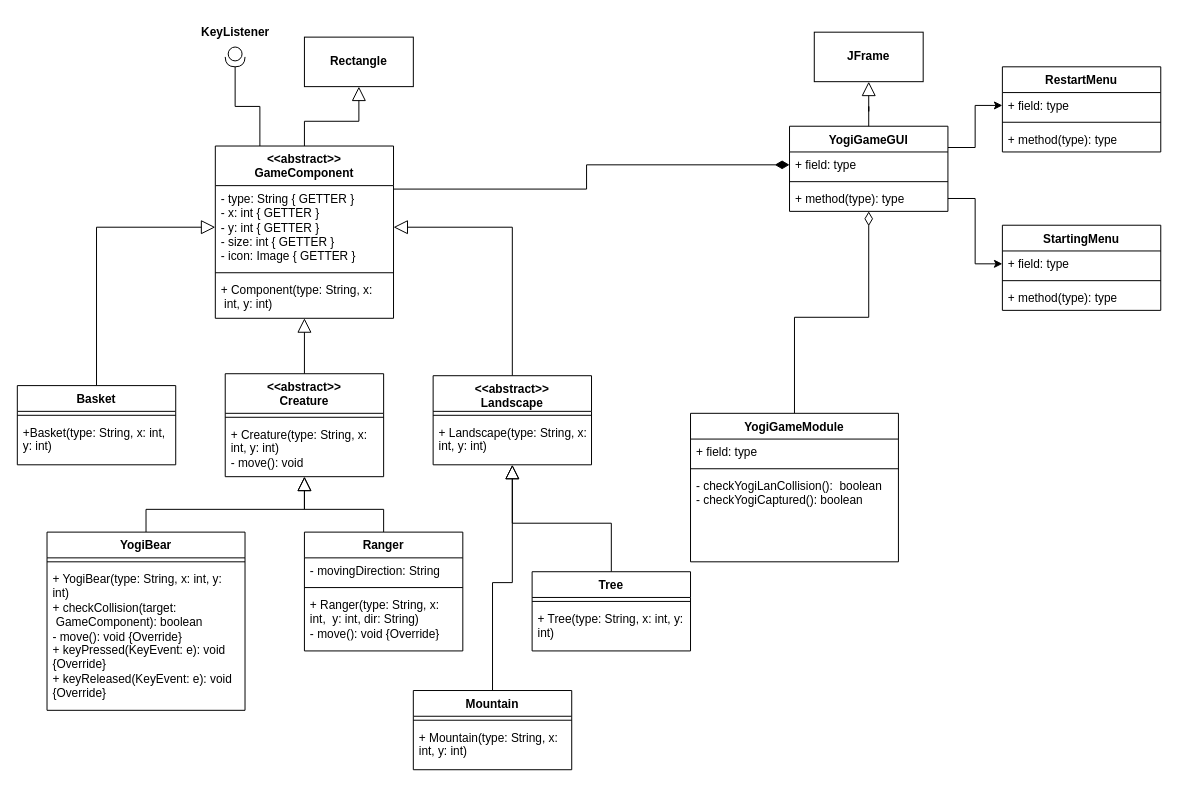
summertx/uml keeps this draw.io diagram as thirdAssignment.drawio. Above is the earlier version. Source tidied: cells renumbered, new cells numbered last; positions are measured from the earlier drawing's top-left corner, leaving out a move shared by most shapes. Both pictures are drawn from the tidied source at 99%, with x=0, y=0 at pixel (17, 17).
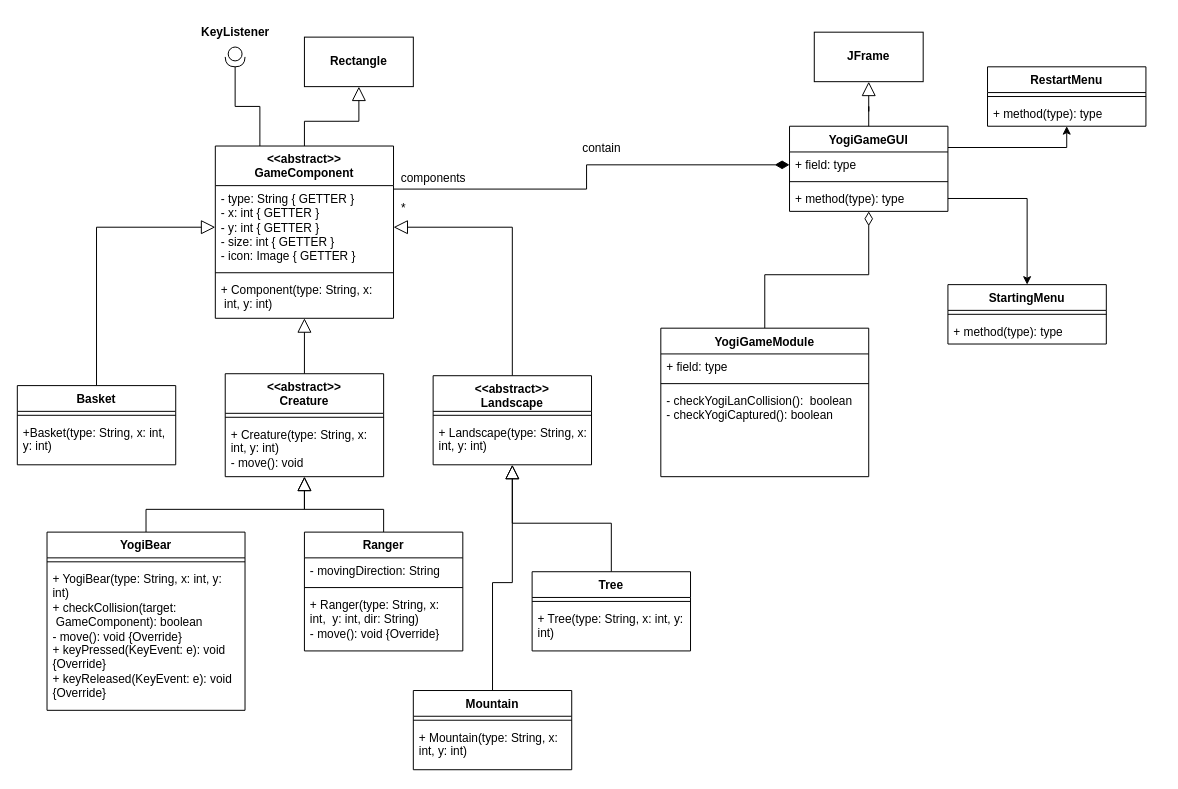
Above is the later version.

The change refers to these unchanged cells:
```xml
<mxCell id="45" value="YogiGameGUI" style="swimlane;fontStyle=1;align=center;verticalAlign=top;horizontal=1;startSize=26;whiteSpace=wrap;html=1;" parent="1" vertex="1">
  <mxGeometry x="780" y="110" width="160" height="86" as="geometry" />
</mxCell>
<mxCell id="48" value="+ method(type): type" style="text;strokeColor=none;fillColor=none;align=left;verticalAlign=top;spacingLeft=4;spacingRight=4;overflow=hidden;points=[[0,0.5],[1,0.5]];portConstraint=eastwest;whiteSpace=wrap;html=1;" parent="45" vertex="1">
  <mxGeometry y="60" width="160" height="26" as="geometry" />
</mxCell>
```

The edit, as a diff of the source:
```diff
@@
     <mxCell id="40" value="YogiGameModule" style="swimlane;fontStyle=1;align=center;verticalAlign=top;horizontal=1;startSize=26;whiteSpace=wrap;html=1;" parent="1" vertex="1">
-      <mxGeometry x="680" y="400" width="210" height="150" as="geometry" />
+      <mxGeometry x="650" y="314" width="210" height="150" as="geometry" />
     </mxCell>
@@
-    <mxCell id="44" style="edgeStyle=orthogonalEdgeStyle;rounded=0;jettySize=auto;html=1;exitX=1;exitY=0.25;exitDx=0;exitDy=0;entryX=0;entryY=0.5;entryDx=0;entryDy=0;" parent="1" edge="1" source="45" target="54">
+    <mxCell id="44" style="edgeStyle=orthogonalEdgeStyle;rounded=0;jettySize=auto;html=1;exitX=1;exitY=0.25;exitDx=0;exitDy=0;entryX=0.5;entryY=1;entryDx=0;entryDy=0;" parent="1" edge="1" source="45" target="53">
       <mxGeometry relative="1" as="geometry" />
     </mxCell>
@@
     <mxCell id="49" value="StartingMenu" style="swimlane;fontStyle=1;align=center;verticalAlign=top;horizontal=1;startSize=26;whiteSpace=wrap;html=1;" parent="1" vertex="1">
-      <mxGeometry x="995" y="210" width="160" height="86" as="geometry" />
+      <mxGeometry x="940" y="270" width="160" height="60" as="geometry" />
     </mxCell>
-    <mxCell id="50" value="+ field: type" style="text;strokeColor=none;fillColor=none;align=left;verticalAlign=top;spacingLeft=4;spacingRight=4;overflow=hidden;points=[[0,0.5],[1,0.5]];portConstraint=eastwest;whiteSpace=wrap;html=1;" parent="49" vertex="1">
-      <mxGeometry y="26" width="160" height="26" as="geometry" />
-    </mxCell>
     <mxCell id="51" style="line;strokeWidth=1;fillColor=none;align=left;verticalAlign=middle;spacingTop=-1;spacingLeft=3;spacingRight=3;labelPosition=right;strokeColor=inherit;" parent="49" vertex="1">
-      <mxGeometry y="52" width="160" height="8" as="geometry" />
+      <mxGeometry y="26" width="160" height="8" as="geometry" />
     </mxCell>
     <mxCell id="52" value="+ method(type): type" style="text;strokeColor=none;fillColor=none;align=left;verticalAlign=top;spacingLeft=4;spacingRight=4;overflow=hidden;whiteSpace=wrap;html=1;" parent="49" vertex="1">
-      <mxGeometry y="60" width="160" height="26" as="geometry" />
+      <mxGeometry y="34" width="160" height="26" as="geometry" />
     </mxCell>
     <mxCell id="53" value="RestartMenu" style="swimlane;fontStyle=1;align=center;verticalAlign=top;horizontal=1;startSize=26;whiteSpace=wrap;html=1;" parent="1" vertex="1">
-      <mxGeometry x="995" y="50" width="160" height="86" as="geometry" />
+      <mxGeometry x="980" y="50" width="160" height="60" as="geometry" />
     </mxCell>
-    <mxCell id="54" value="+ field: type" style="text;strokeColor=none;fillColor=none;align=left;verticalAlign=top;spacingLeft=4;spacingRight=4;overflow=hidden;points=[[0,0.5],[1,0.5]];portConstraint=eastwest;whiteSpace=wrap;html=1;" parent="53" vertex="1">
-      <mxGeometry y="26" width="160" height="26" as="geometry" />
-    </mxCell>
     <mxCell id="55" style="line;strokeWidth=1;fillColor=none;align=left;verticalAlign=middle;spacingTop=-1;spacingLeft=3;spacingRight=3;labelPosition=right;strokeColor=inherit;" parent="53" vertex="1">
-      <mxGeometry y="52" width="160" height="8" as="geometry" />
+      <mxGeometry y="26" width="160" height="8" as="geometry" />
     </mxCell>
     <mxCell id="56" value="+ method(type): type" style="text;strokeColor=none;fillColor=none;align=left;verticalAlign=top;spacingLeft=4;spacingRight=4;overflow=hidden;whiteSpace=wrap;html=1;" parent="53" vertex="1">
-      <mxGeometry y="60" width="160" height="26" as="geometry" />
+      <mxGeometry y="34" width="160" height="26" as="geometry" />
     </mxCell>
-    <mxCell id="57" style="edgeStyle=orthogonalEdgeStyle;rounded=0;jettySize=auto;html=1;exitX=1;exitY=0.5;exitDx=0;exitDy=0;entryX=0;entryY=0.5;entryDx=0;entryDy=0;" parent="1" edge="1" source="48" target="50">
+    <mxCell id="57" style="edgeStyle=orthogonalEdgeStyle;rounded=0;jettySize=auto;html=1;exitX=1;exitY=0.5;exitDx=0;exitDy=0;entryX=0.5;entryY=0;entryDx=0;entryDy=0;" parent="1" edge="1" source="48" target="49">
       <mxGeometry relative="1" as="geometry" />
     </mxCell>
@@
+    <mxCell id="62" value="components" style="text;html=1;align=center;verticalAlign=middle;strokeColor=none;fillColor=none;" parent="1" vertex="1">
+      <mxGeometry x="375" y="148" width="90" height="30" as="geometry" />
+    </mxCell>
+    <mxCell id="63" value="*" style="text;html=1;align=center;verticalAlign=middle;strokeColor=none;fillColor=none;" parent="1" vertex="1">
+      <mxGeometry x="375" y="178" width="30" height="30" as="geometry" />
+    </mxCell>
+    <mxCell id="64" value="contain" style="text;html=1;align=center;verticalAlign=middle;strokeColor=none;fillColor=none;" parent="1" vertex="1">
+      <mxGeometry x="560" y="118" width="60" height="30" as="geometry" />
+    </mxCell>
```
